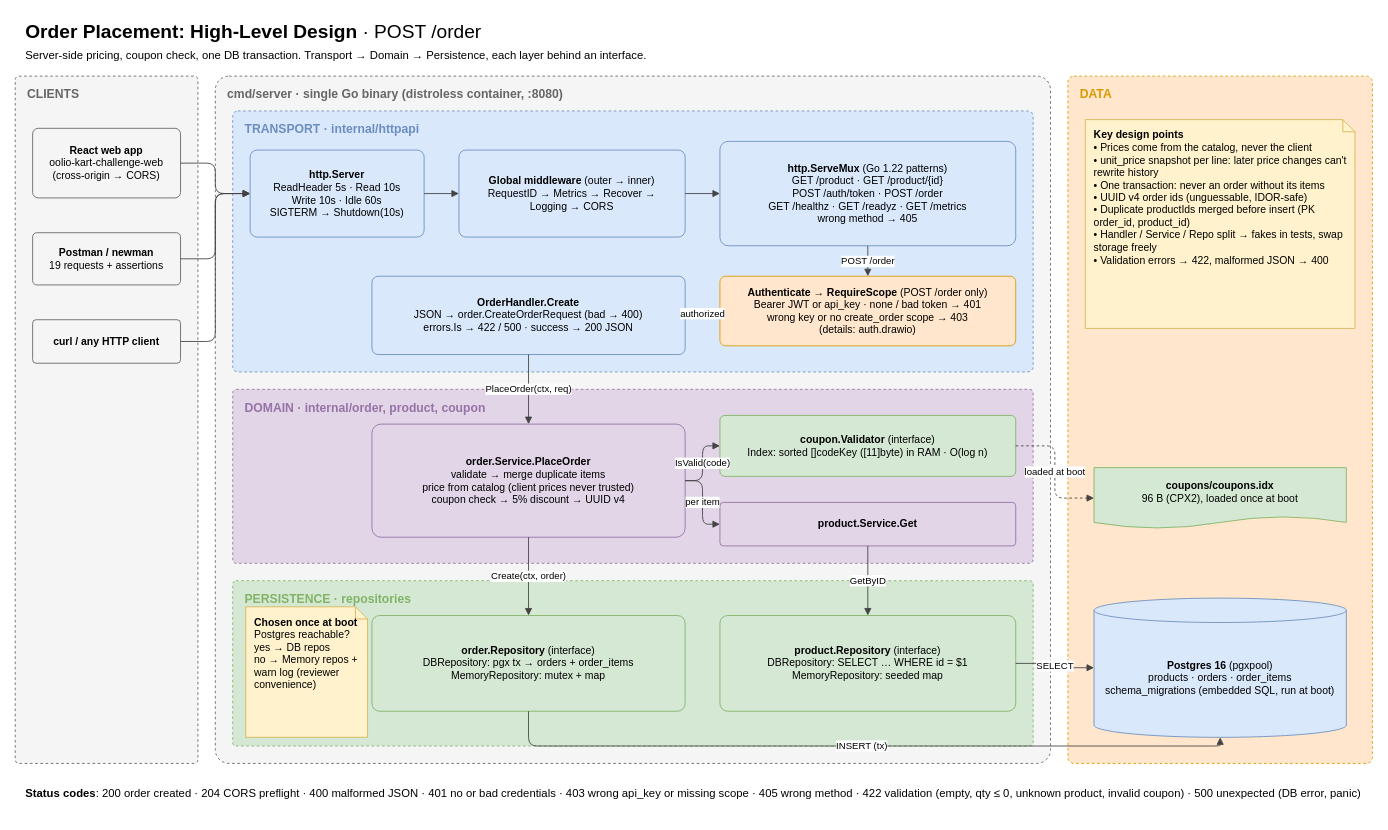
Vasanth-Korada/oolio-kart-challenge keeps this draw.io diagram as page "HLD - Order placement" (1 of 3) of docs/diagrams/order.drawio. Above is the earlier version. Source tidied: cells renumbered, new cells numbered last; positions are measured from the earlier drawing's top-left corner, leaving out a move shared by most shapes. Both pictures are drawn from the tidied source at 87%, with x=0, y=0 at pixel (15, 15).
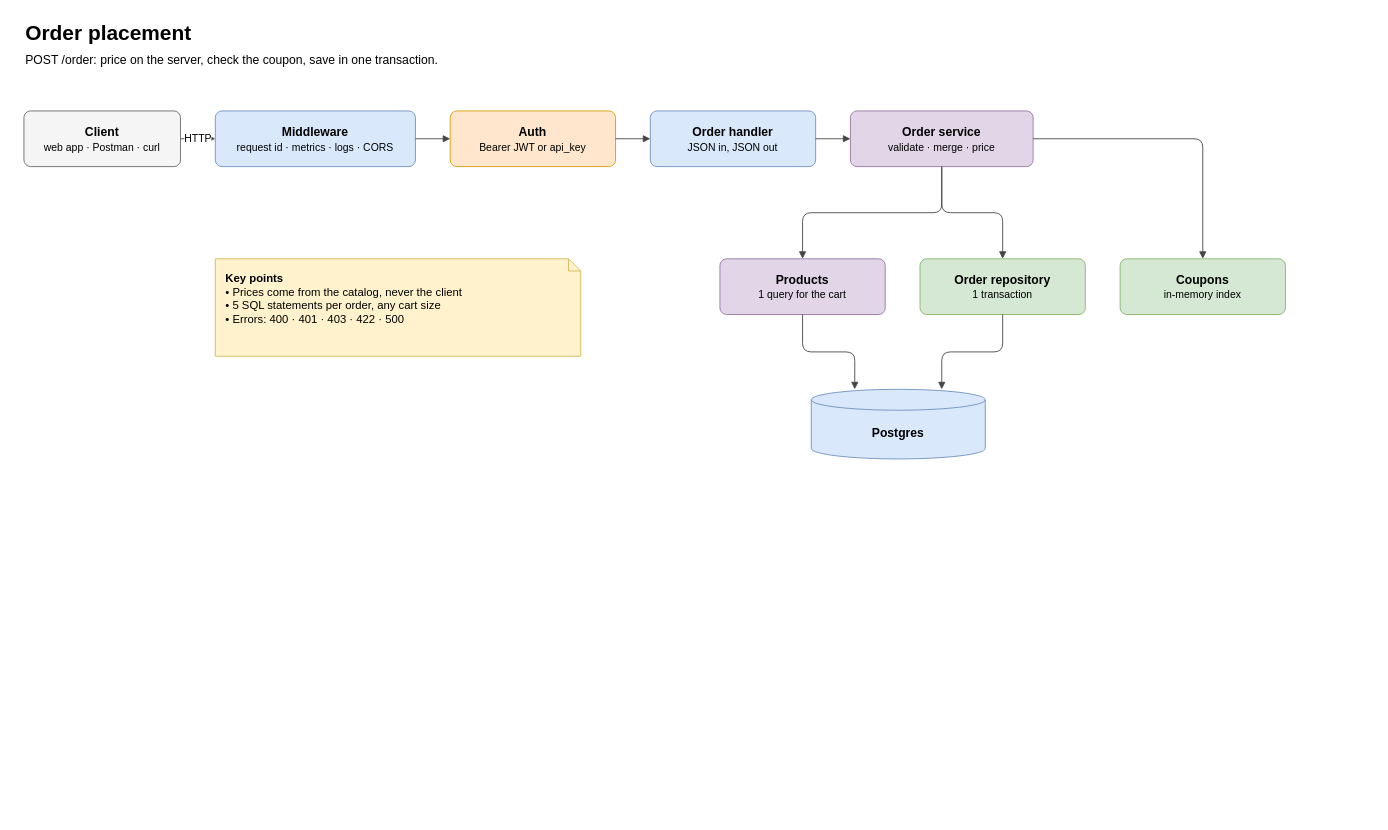
The same page after the edit.

Change to the diagram source:
```diff
@@
-    <mxCell id="2" value="&lt;b&gt;Order Placement: High-Level Design&lt;/b&gt;  ·  POST /order" style="text;html=1;whiteSpace=wrap;align=left;verticalAlign=top;fontSize=22;" parent="1" vertex="1">
-      <mxGeometry x="10" width="1200" height="30" as="geometry" />
+    <mxCell id="2" value="&lt;b&gt;Order placement&lt;/b&gt;" style="text;html=1;whiteSpace=wrap;align=left;verticalAlign=top;fontSize=24;" parent="1" vertex="1">
+      <mxGeometry x="10" width="1300" height="32" as="geometry" />
     </mxCell>
-    <mxCell id="3" value="Server-side pricing, coupon check, one DB transaction. Transport → Domain → Persistence, each layer behind an interface." style="text;html=1;whiteSpace=wrap;align=left;verticalAlign=top;fontSize=13;" parent="1" vertex="1">
-      <mxGeometry x="10" y="32" width="1400" height="24" as="geometry" />
+    <mxCell id="3" value="POST /order: price on the server, check the coupon, save in one transaction." style="text;html=1;whiteSpace=wrap;align=left;verticalAlign=top;fontSize=14;" parent="1" vertex="1">
+      <mxGeometry x="10" y="36" width="1300" height="24" as="geometry" />
     </mxCell>
-    <mxCell id="4" value="CLIENTS" style="rounded=1;arcSize=2;dashed=1;whiteSpace=wrap;html=1;fillColor=#f5f5f5;strokeColor=#666666;fontSize=12;verticalAlign=top;align=left;spacingLeft=12;spacingTop=6;fontStyle=1;fontSize=14;fontColor=#666666;" parent="1" vertex="1">
-      <mxGeometry y="70" width="210" height="790" as="geometry" />
+    <mxCell id="4" value="&lt;b&gt;Client&lt;/b&gt;&lt;br&gt;&lt;span style='font-size:12px'&gt;web app · Postman · curl&lt;/span&gt;" style="rounded=1;arcSize=12;whiteSpace=wrap;html=1;fillColor=#f5f5f5;strokeColor=#666666;fontSize=12;fontSize=14;" parent="1" vertex="1">
+      <mxGeometry x="10" y="110" width="180" height="64" as="geometry" />
     </mxCell>
-    <mxCell id="5" value="&lt;b&gt;React web app&lt;/b&gt;&lt;br&gt;oolio-kart-challenge-web&lt;br&gt;(cross-origin → CORS)" style="rounded=1;arcSize=8;whiteSpace=wrap;html=1;fillColor=#f5f5f5;strokeColor=#666666;fontSize=12;" parent="1" vertex="1">
-      <mxGeometry x="20" y="130" width="170" height="80" as="geometry" />
+    <mxCell id="5" value="&lt;b&gt;Middleware&lt;/b&gt;&lt;br&gt;&lt;span style='font-size:12px'&gt;request id · metrics · logs · CORS&lt;/span&gt;" style="rounded=1;arcSize=12;whiteSpace=wrap;html=1;fillColor=#dae8fc;strokeColor=#6c8ebf;fontSize=12;fontSize=14;" parent="1" vertex="1">
+      <mxGeometry x="230" y="110" width="230" height="64" as="geometry" />
     </mxCell>
-    <mxCell id="6" value="&lt;b&gt;Postman / newman&lt;/b&gt;&lt;br&gt;19 requests + assertions" style="rounded=1;arcSize=8;whiteSpace=wrap;html=1;fillColor=#f5f5f5;strokeColor=#666666;fontSize=12;" parent="1" vertex="1">
-      <mxGeometry x="20" y="250" width="170" height="60" as="geometry" />
+    <mxCell id="6" value="&lt;b&gt;Auth&lt;/b&gt;&lt;br&gt;&lt;span style='font-size:12px'&gt;Bearer JWT or api_key&lt;/span&gt;" style="rounded=1;arcSize=12;whiteSpace=wrap;html=1;fillColor=#ffe6cc;strokeColor=#d79b00;fontSize=12;fontSize=14;" parent="1" vertex="1">
+      <mxGeometry x="500" y="110" width="190" height="64" as="geometry" />
     </mxCell>
-    <mxCell id="7" value="&lt;b&gt;curl / any HTTP client&lt;/b&gt;" style="rounded=1;arcSize=8;whiteSpace=wrap;html=1;fillColor=#f5f5f5;strokeColor=#666666;fontSize=12;" parent="1" vertex="1">
-      <mxGeometry x="20" y="350" width="170" height="50" as="geometry" />
+    <mxCell id="7" value="&lt;b&gt;Order handler&lt;/b&gt;&lt;br&gt;&lt;span style='font-size:12px'&gt;JSON in, JSON out&lt;/span&gt;" style="rounded=1;arcSize=12;whiteSpace=wrap;html=1;fillColor=#dae8fc;strokeColor=#6c8ebf;fontSize=12;fontSize=14;" parent="1" vertex="1">
+      <mxGeometry x="730" y="110" width="190" height="64" as="geometry" />
     </mxCell>
-    <mxCell id="8" value="cmd/server · single Go binary (distroless container, :8080)" style="rounded=1;arcSize=2;dashed=1;whiteSpace=wrap;html=1;fillColor=#f5f5f5;strokeColor=#666666;fontSize=12;verticalAlign=top;align=left;spacingLeft=12;spacingTop=6;fontStyle=1;fontSize=14;fontColor=#666666;" parent="1" vertex="1">
-      <mxGeometry x="230" y="70" width="960" height="790" as="geometry" />
+    <mxCell id="8" value="&lt;b&gt;Order service&lt;/b&gt;&lt;br&gt;&lt;span style='font-size:12px'&gt;validate · merge · price&lt;/span&gt;" style="rounded=1;arcSize=12;whiteSpace=wrap;html=1;fillColor=#e1d5e7;strokeColor=#9673a6;fontSize=12;fontSize=14;" parent="1" vertex="1">
+      <mxGeometry x="960" y="110" width="210" height="64" as="geometry" />
     </mxCell>
-    <mxCell id="9" value="TRANSPORT · internal/httpapi" style="rounded=1;arcSize=2;dashed=1;whiteSpace=wrap;html=1;fillColor=#dae8fc;strokeColor=#6c8ebf;fontSize=12;verticalAlign=top;align=left;spacingLeft=12;spacingTop=6;fontStyle=1;fontSize=14;fontColor=#6c8ebf;" parent="1" vertex="1">
-      <mxGeometry x="250" y="110" width="920" height="300" as="geometry" />
+    <mxCell id="9" value="HTTP" style="edgeStyle=orthogonalEdgeStyle;rounded=1;html=1;endArrow=block;endFill=1;strokeColor=#444444;fontSize=11;labelBackgroundColor=#ffffff;fontSize=12;" parent="1" edge="1" source="4" target="5">
+      <mxGeometry relative="1" as="geometry" />
     </mxCell>
-    <mxCell id="10" value="&lt;b&gt;http.Server&lt;/b&gt;&lt;br&gt;ReadHeader 5s · Read 10s&lt;br&gt;Write 10s · Idle 60s&lt;br&gt;SIGTERM → Shutdown(10s)" style="rounded=1;arcSize=8;whiteSpace=wrap;html=1;fillColor=#dae8fc;strokeColor=#6c8ebf;fontSize=12;" parent="1" vertex="1">
-      <mxGeometry x="270" y="155" width="200" height="100" as="geometry" />
+    <mxCell id="10" style="edgeStyle=orthogonalEdgeStyle;rounded=1;html=1;endArrow=block;endFill=1;strokeColor=#444444;fontSize=11;labelBackgroundColor=#ffffff;fontSize=12;" parent="1" edge="1" source="5" target="6">
+      <mxGeometry relative="1" as="geometry" />
     </mxCell>
-    <mxCell id="11" value="&lt;b&gt;Global middleware&lt;/b&gt; (outer → inner)&lt;br&gt;RequestID → Metrics → Recover →&lt;br&gt;Logging → CORS" style="rounded=1;arcSize=8;whiteSpace=wrap;html=1;fillColor=#dae8fc;strokeColor=#6c8ebf;fontSize=12;" parent="1" vertex="1">
-      <mxGeometry x="510" y="155" width="260" height="100" as="geometry" />
+    <mxCell id="11" style="edgeStyle=orthogonalEdgeStyle;rounded=1;html=1;endArrow=block;endFill=1;strokeColor=#444444;fontSize=11;labelBackgroundColor=#ffffff;fontSize=12;" parent="1" edge="1" source="6" target="7">
+      <mxGeometry relative="1" as="geometry" />
     </mxCell>
-    <mxCell id="12" value="&lt;b&gt;http.ServeMux&lt;/b&gt; (Go 1.22 patterns)&lt;br&gt;GET /product · GET /product/{id}&lt;br&gt;POST /auth/token · POST /order&lt;br&gt;GET /healthz · GET /readyz · GET /metrics&lt;br&gt;wrong method → 405" style="rounded=1;arcSize=8;whiteSpace=wrap;html=1;fillColor=#dae8fc;strokeColor=#6c8ebf;fontSize=12;" parent="1" vertex="1">
-      <mxGeometry x="810" y="145" width="340" height="120" as="geometry" />
+    <mxCell id="12" style="edgeStyle=orthogonalEdgeStyle;rounded=1;html=1;endArrow=block;endFill=1;strokeColor=#444444;fontSize=11;labelBackgroundColor=#ffffff;fontSize=12;" parent="1" edge="1" source="7" target="8">
+      <mxGeometry relative="1" as="geometry" />
     </mxCell>
-    <mxCell id="13" value="&lt;b&gt;Authenticate → RequireScope&lt;/b&gt; (POST /order only)&lt;br&gt;Bearer JWT or api_key · none / bad token → 401&lt;br&gt;wrong key or no create_order scope → 403&lt;br&gt;(details: auth.drawio)" style="rounded=1;arcSize=8;whiteSpace=wrap;html=1;fillColor=#ffe6cc;strokeColor=#d79b00;fontSize=12;" parent="1" vertex="1">
-      <mxGeometry x="810" y="300" width="340" height="80" as="geometry" />
+    <mxCell id="13" value="&lt;b&gt;Products&lt;/b&gt;&lt;br&gt;&lt;span style='font-size:12px'&gt;1 query for the cart&lt;/span&gt;" style="rounded=1;arcSize=12;whiteSpace=wrap;html=1;fillColor=#e1d5e7;strokeColor=#9673a6;fontSize=12;fontSize=14;" parent="1" vertex="1">
+      <mxGeometry x="810" y="280" width="190" height="64" as="geometry" />
     </mxCell>
-    <mxCell id="14" value="&lt;b&gt;OrderHandler.Create&lt;/b&gt;&lt;br&gt;JSON → order.CreateOrderRequest (bad → 400)&lt;br&gt;errors.Is → 422 / 500 · success → 200 JSON" style="rounded=1;arcSize=8;whiteSpace=wrap;html=1;fillColor=#dae8fc;strokeColor=#6c8ebf;fontSize=12;" parent="1" vertex="1">
-      <mxGeometry x="410" y="300" width="360" height="90" as="geometry" />
+    <mxCell id="14" value="&lt;b&gt;Order repository&lt;/b&gt;&lt;br&gt;&lt;span style='font-size:12px'&gt;1 transaction&lt;/span&gt;" style="rounded=1;arcSize=12;whiteSpace=wrap;html=1;fillColor=#d5e8d4;strokeColor=#82b366;fontSize=12;fontSize=14;" parent="1" vertex="1">
+      <mxGeometry x="1040" y="280" width="190" height="64" as="geometry" />
     </mxCell>
-    <mxCell id="15" style="edgeStyle=orthogonalEdgeStyle;rounded=1;html=1;endArrow=block;endFill=1;strokeColor=#444444;fontSize=11;labelBackgroundColor=#ffffff;entryX=0;entryY=0.5;" parent="1" edge="1" source="5" target="10">
-      <mxGeometry relative="1" as="geometry" />
+    <mxCell id="15" value="&lt;b&gt;Coupons&lt;/b&gt;&lt;br&gt;&lt;span style='font-size:12px'&gt;in-memory index&lt;/span&gt;" style="rounded=1;arcSize=12;whiteSpace=wrap;html=1;fillColor=#d5e8d4;strokeColor=#82b366;fontSize=12;fontSize=14;" parent="1" vertex="1">
+      <mxGeometry x="1270" y="280" width="190" height="64" as="geometry" />
     </mxCell>
-    <mxCell id="16" style="edgeStyle=orthogonalEdgeStyle;rounded=1;html=1;endArrow=block;endFill=1;strokeColor=#444444;fontSize=11;labelBackgroundColor=#ffffff;entryX=0;entryY=0.5;" parent="1" edge="1" source="6" target="10">
+    <mxCell id="16" style="edgeStyle=orthogonalEdgeStyle;rounded=1;html=1;endArrow=block;endFill=1;strokeColor=#444444;fontSize=11;labelBackgroundColor=#ffffff;fontSize=12;" parent="1" edge="1" source="8" target="13">
       <mxGeometry relative="1" as="geometry" />
     </mxCell>
-    <mxCell id="17" style="edgeStyle=orthogonalEdgeStyle;rounded=1;html=1;endArrow=block;endFill=1;strokeColor=#444444;fontSize=11;labelBackgroundColor=#ffffff;entryX=0;entryY=0.5;" parent="1" edge="1" source="7" target="10">
+    <mxCell id="17" style="edgeStyle=orthogonalEdgeStyle;rounded=1;html=1;endArrow=block;endFill=1;strokeColor=#444444;fontSize=11;labelBackgroundColor=#ffffff;fontSize=12;" parent="1" edge="1" source="8" target="14">
       <mxGeometry relative="1" as="geometry" />
     </mxCell>
-    <mxCell id="18" style="edgeStyle=orthogonalEdgeStyle;rounded=1;html=1;endArrow=block;endFill=1;strokeColor=#444444;fontSize=11;labelBackgroundColor=#ffffff;" parent="1" edge="1" source="10" target="11">
+    <mxCell id="18" style="edgeStyle=orthogonalEdgeStyle;rounded=1;html=1;endArrow=block;endFill=1;strokeColor=#444444;fontSize=11;labelBackgroundColor=#ffffff;fontSize=12;exitX=1;exitY=0.5;entryX=0.5;entryY=0;" parent="1" edge="1" source="8" target="15">
       <mxGeometry relative="1" as="geometry" />
     </mxCell>
-    <mxCell id="19" style="edgeStyle=orthogonalEdgeStyle;rounded=1;html=1;endArrow=block;endFill=1;strokeColor=#444444;fontSize=11;labelBackgroundColor=#ffffff;" parent="1" edge="1" source="11" target="12">
-      <mxGeometry relative="1" as="geometry" />
+    <mxCell id="19" value="&lt;b&gt;Postgres&lt;/b&gt;" style="shape=cylinder3;boundedLbl=1;backgroundOutline=1;size=12;whiteSpace=wrap;html=1;fillColor=#dae8fc;strokeColor=#6c8ebf;fontSize=12;fontSize=14;" parent="1" vertex="1">
+      <mxGeometry x="915" y="430" width="200" height="80" as="geometry" />
     </mxCell>
-    <mxCell id="20" value="POST /order" style="edgeStyle=orthogonalEdgeStyle;rounded=1;html=1;endArrow=block;endFill=1;strokeColor=#444444;fontSize=11;labelBackgroundColor=#ffffff;" parent="1" edge="1" source="12" target="13">
+    <mxCell id="20" style="edgeStyle=orthogonalEdgeStyle;rounded=1;html=1;endArrow=block;endFill=1;strokeColor=#444444;fontSize=11;labelBackgroundColor=#ffffff;fontSize=12;exitX=0.5;exitY=1;entryX=0.25;entryY=0;" parent="1" edge="1" source="13" target="19">
       <mxGeometry relative="1" as="geometry" />
     </mxCell>
-    <mxCell id="21" value="authorized" style="edgeStyle=orthogonalEdgeStyle;rounded=1;html=1;endArrow=block;endFill=1;strokeColor=#444444;fontSize=11;labelBackgroundColor=#ffffff;" parent="1" edge="1" source="13" target="14">
+    <mxCell id="21" style="edgeStyle=orthogonalEdgeStyle;rounded=1;html=1;endArrow=block;endFill=1;strokeColor=#444444;fontSize=11;labelBackgroundColor=#ffffff;fontSize=12;exitX=0.5;exitY=1;entryX=0.75;entryY=0;" parent="1" edge="1" source="14" target="19">
       <mxGeometry relative="1" as="geometry" />
     </mxCell>
-    <mxCell id="22" value="DOMAIN · internal/order, product, coupon" style="rounded=1;arcSize=2;dashed=1;whiteSpace=wrap;html=1;fillColor=#e1d5e7;strokeColor=#9673a6;fontSize=12;verticalAlign=top;align=left;spacingLeft=12;spacingTop=6;fontStyle=1;fontSize=14;fontColor=#9673a6;" parent="1" vertex="1">
-      <mxGeometry x="250" y="430" width="920" height="200" as="geometry" />
+    <mxCell id="22" value="&lt;b&gt;Key points&lt;/b&gt;&lt;br&gt;• Prices come from the catalog, never the client&lt;br&gt;• 5 SQL statements per order, any cart size&lt;br&gt;• Errors: 400 · 401 · 403 · 422 · 500" style="shape=note;size=14;whiteSpace=wrap;html=1;fillColor=#fff2cc;strokeColor=#d6b656;fontSize=12;align=left;verticalAlign=top;spacingLeft=10;spacingTop=8;fontSize=13;" parent="1" vertex="1">
+      <mxGeometry x="230" y="280" width="420" height="112" as="geometry" />
     </mxCell>
-    <mxCell id="23" value="&lt;b&gt;order.Service.PlaceOrder&lt;/b&gt;&lt;br&gt;validate → merge duplicate items&lt;br&gt;price from catalog (client prices never trusted)&lt;br&gt;coupon check → 5% discount → UUID v4" style="rounded=1;arcSize=8;whiteSpace=wrap;html=1;fillColor=#e1d5e7;strokeColor=#9673a6;fontSize=12;" parent="1" vertex="1">
-      <mxGeometry x="410" y="470" width="360" height="130" as="geometry" />
-    </mxCell>
-    <mxCell id="24" value="&lt;b&gt;product.Service.Get&lt;/b&gt;" style="rounded=1;arcSize=8;whiteSpace=wrap;html=1;fillColor=#e1d5e7;strokeColor=#9673a6;fontSize=12;" parent="1" vertex="1">
-      <mxGeometry x="810" y="560" width="340" height="50" as="geometry" />
-    </mxCell>
-    <mxCell id="25" value="&lt;b&gt;coupon.Validator&lt;/b&gt; (interface)&lt;br&gt;Index: sorted []codeKey ([11]byte) in RAM · O(log n)" style="rounded=1;arcSize=8;whiteSpace=wrap;html=1;fillColor=#d5e8d4;strokeColor=#82b366;fontSize=12;" parent="1" vertex="1">
-      <mxGeometry x="810" y="460" width="340" height="70" as="geometry" />
-    </mxCell>
-    <mxCell id="26" value="PlaceOrder(ctx, req)" style="edgeStyle=orthogonalEdgeStyle;rounded=1;html=1;endArrow=block;endFill=1;strokeColor=#444444;fontSize=11;labelBackgroundColor=#ffffff;" parent="1" edge="1" source="14" target="23">
-      <mxGeometry relative="1" as="geometry" />
-    </mxCell>
-    <mxCell id="27" value="per item" style="edgeStyle=orthogonalEdgeStyle;rounded=1;html=1;endArrow=block;endFill=1;strokeColor=#444444;fontSize=11;labelBackgroundColor=#ffffff;" parent="1" edge="1" source="23" target="24">
-      <mxGeometry relative="1" as="geometry" />
-    </mxCell>
-    <mxCell id="28" value="IsValid(code)" style="edgeStyle=orthogonalEdgeStyle;rounded=1;html=1;endArrow=block;endFill=1;strokeColor=#444444;fontSize=11;labelBackgroundColor=#ffffff;" parent="1" edge="1" source="23" target="25">
-      <mxGeometry relative="1" as="geometry" />
-    </mxCell>
-    <mxCell id="29" value="PERSISTENCE · repositories" style="rounded=1;arcSize=2;dashed=1;whiteSpace=wrap;html=1;fillColor=#d5e8d4;strokeColor=#82b366;fontSize=12;verticalAlign=top;align=left;spacingLeft=12;spacingTop=6;fontStyle=1;fontSize=14;fontColor=#82b366;" parent="1" vertex="1">
-      <mxGeometry x="250" y="650" width="920" height="190" as="geometry" />
-    </mxCell>
-    <mxCell id="30" value="&lt;b&gt;Chosen once at boot&lt;/b&gt;&lt;br&gt;Postgres reachable?&lt;br&gt;yes → DB repos&lt;br&gt;no → Memory repos + warn log (reviewer convenience)" style="shape=note;size=14;whiteSpace=wrap;html=1;fillColor=#fff2cc;strokeColor=#d6b656;fontSize=12;align=left;verticalAlign=top;spacingLeft=8;spacingTop=4;" parent="1" vertex="1">
-      <mxGeometry x="265" y="680" width="140" height="150" as="geometry" />
-    </mxCell>
-    <mxCell id="31" value="&lt;b&gt;order.Repository&lt;/b&gt; (interface)&lt;br&gt;DBRepository: pgx tx → orders + order_items&lt;br&gt;MemoryRepository: mutex + map" style="rounded=1;arcSize=8;whiteSpace=wrap;html=1;fillColor=#d5e8d4;strokeColor=#82b366;fontSize=12;" parent="1" vertex="1">
-      <mxGeometry x="410" y="690" width="360" height="110" as="geometry" />
-    </mxCell>
-    <mxCell id="32" value="&lt;b&gt;product.Repository&lt;/b&gt; (interface)&lt;br&gt;DBRepository: SELECT … WHERE id = $1&lt;br&gt;MemoryRepository: seeded map" style="rounded=1;arcSize=8;whiteSpace=wrap;html=1;fillColor=#d5e8d4;strokeColor=#82b366;fontSize=12;" parent="1" vertex="1">
-      <mxGeometry x="810" y="690" width="340" height="110" as="geometry" />
-    </mxCell>
-    <mxCell id="33" value="Create(ctx, order)" style="edgeStyle=orthogonalEdgeStyle;rounded=1;html=1;endArrow=block;endFill=1;strokeColor=#444444;fontSize=11;labelBackgroundColor=#ffffff;" parent="1" edge="1" source="23" target="31">
-      <mxGeometry relative="1" as="geometry" />
-    </mxCell>
-    <mxCell id="34" value="GetByID" style="edgeStyle=orthogonalEdgeStyle;rounded=1;html=1;endArrow=block;endFill=1;strokeColor=#444444;fontSize=11;labelBackgroundColor=#ffffff;" parent="1" edge="1" source="24" target="32">
-      <mxGeometry relative="1" as="geometry" />
-    </mxCell>
-    <mxCell id="35" value="DATA" style="rounded=1;arcSize=2;dashed=1;whiteSpace=wrap;html=1;fillColor=#ffe6cc;strokeColor=#d79b00;fontSize=12;verticalAlign=top;align=left;spacingLeft=12;spacingTop=6;fontStyle=1;fontSize=14;fontColor=#d79b00;" parent="1" vertex="1">
-      <mxGeometry x="1210" y="70" width="350" height="790" as="geometry" />
-    </mxCell>
-    <mxCell id="36" value="&lt;b&gt;Key design points&lt;/b&gt;&lt;br&gt;• Prices come from the catalog, never the client&lt;br&gt;• unit_price snapshot per line: later price changes can't rewrite history&lt;br&gt;• One transaction: never an order without its items&lt;br&gt;• UUID v4 order ids (unguessable, IDOR-safe)&lt;br&gt;• Duplicate productIds merged before insert (PK order_id, product_id)&lt;br&gt;• Handler / Service / Repo split → fakes in tests, swap storage freely&lt;br&gt;• Validation errors → 422, malformed JSON → 400" style="shape=note;size=14;whiteSpace=wrap;html=1;fillColor=#fff2cc;strokeColor=#d6b656;fontSize=12;align=left;verticalAlign=top;spacingLeft=8;spacingTop=4;" parent="1" vertex="1">
-      <mxGeometry x="1230" y="120" width="310" height="240" as="geometry" />
-    </mxCell>
-    <mxCell id="37" value="&lt;b&gt;coupons/coupons.idx&lt;/b&gt;&lt;br&gt;96 B (CPX2), loaded once at boot" style="shape=document;boundedLbl=1;size=0.2;whiteSpace=wrap;html=1;fillColor=#d5e8d4;strokeColor=#82b366;fontSize=12;" parent="1" vertex="1">
-      <mxGeometry x="1240" y="520" width="290" height="70" as="geometry" />
-    </mxCell>
-    <mxCell id="38" value="&lt;b&gt;Postgres 16&lt;/b&gt; (pgxpool)&lt;br&gt;products · orders · order_items&lt;br&gt;schema_migrations (embedded SQL, run at boot)" style="shape=cylinder3;boundedLbl=1;backgroundOutline=1;size=14;whiteSpace=wrap;html=1;fillColor=#dae8fc;strokeColor=#6c8ebf;fontSize=12;" parent="1" vertex="1">
-      <mxGeometry x="1240" y="670" width="290" height="160" as="geometry" />
-    </mxCell>
-    <mxCell id="39" value="loaded at boot" style="edgeStyle=orthogonalEdgeStyle;rounded=1;html=1;endArrow=block;endFill=1;strokeColor=#444444;fontSize=11;labelBackgroundColor=#ffffff;dashed=1;" parent="1" edge="1" source="25" target="37">
-      <mxGeometry relative="1" as="geometry" />
-    </mxCell>
-    <mxCell id="40" value="INSERT (tx)" style="edgeStyle=orthogonalEdgeStyle;rounded=1;html=1;endArrow=block;endFill=1;strokeColor=#444444;fontSize=11;labelBackgroundColor=#ffffff;exitX=0.5;exitY=1;entryX=0.5;entryY=1;" parent="1" edge="1" source="31" target="38">
-      <mxGeometry relative="1" as="geometry" />
-    </mxCell>
-    <mxCell id="41" value="SELECT" style="edgeStyle=orthogonalEdgeStyle;rounded=1;html=1;endArrow=block;endFill=1;strokeColor=#444444;fontSize=11;labelBackgroundColor=#ffffff;" parent="1" edge="1" source="32" target="38">
-      <mxGeometry relative="1" as="geometry" />
-    </mxCell>
-    <mxCell id="42" value="&lt;b&gt;Status codes&lt;/b&gt;:  200 order created  ·  204 CORS preflight  ·  400 malformed JSON  ·  401 no or bad credentials  ·  403 wrong api_key or missing scope  ·  405 wrong method  ·  422 validation (empty, qty ≤ 0, unknown product, invalid coupon)  ·  500 unexpected (DB error, panic)" style="text;html=1;whiteSpace=wrap;align=left;verticalAlign=top;fontSize=13;" parent="1" vertex="1">
-      <mxGeometry x="10" y="880" width="1550" height="40" as="geometry" />
-    </mxCell>
```
